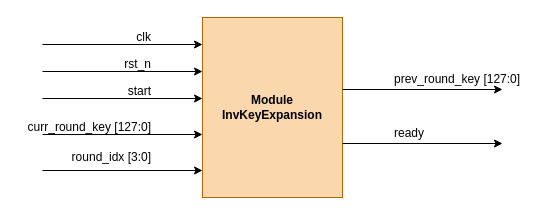
Before: diagram/drawio/Inv/InvKeyExpansionTop.drawio in LQLManZz/AES128-Verilog, a draw.io diagram. Source tidied: cells renumbered, new cells numbered last; positions are measured from the earlier drawing's top-left corner, leaving out a move shared by most shapes. Both pictures are drawn from the tidied source at 100%, with x=0, y=0 at pixel (17, 17).
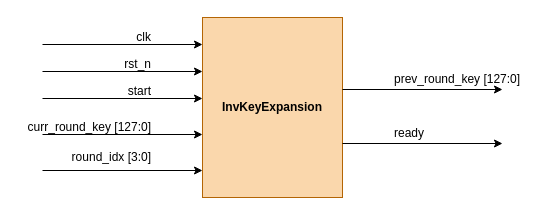
The same page after the edit.

What changed in the source:
```diff
@@
-    <mxCell id="2" value="Module InvKeyExpansion" style="rounded=0;whiteSpace=wrap;html=1;fillColor=#fad7ac;strokeColor=#b46504;fontStyle=1;" parent="1" vertex="1">
+    <mxCell id="2" value="InvKeyExpansion" style="rounded=0;whiteSpace=wrap;html=1;fillColor=#fad7ac;strokeColor=#b46504;fontStyle=1;" parent="1" vertex="1">
       <mxGeometry x="185" width="140" height="180" as="geometry" />
     </mxCell>
```
